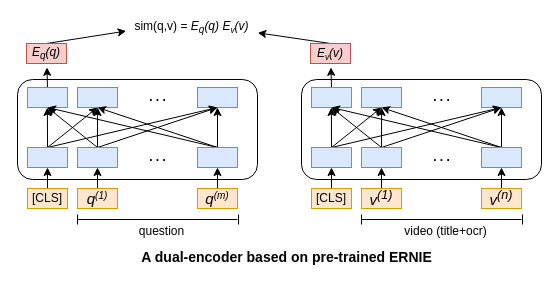
Earlier version of the draw.io diagram data/dual-encoder.drawio (05hBoolShow/testgit). Source tidied: cells renumbered, new cells numbered last; positions are measured from the earlier drawing's top-left corner, leaving out a move shared by most shapes. Both pictures are drawn from the tidied source at 100%, with x=0, y=0 at pixel (17, 17).
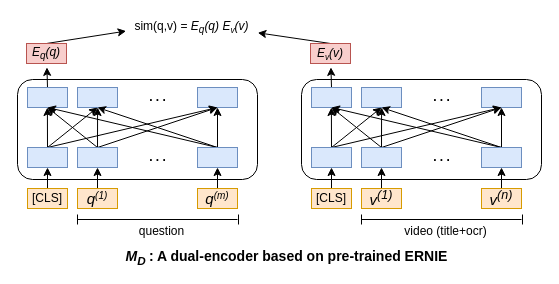
The same page after the edit.

What changed in the source:
```diff
@@
-    <mxCell id="65" value="&lt;b&gt;&lt;font style=&quot;font-size: 14px&quot;&gt;A dual-encoder based on pre-trained ERNIE&lt;/font&gt;&lt;/b&gt;" style="text;html=1;align=center;verticalAlign=middle;strokeColor=none;" parent="1" vertex="1">
-      <mxGeometry x="114" y="230" width="310" height="20" as="geometry" />
+    <mxCell id="65" value="&lt;b&gt;&lt;font&gt;&lt;span style=&quot;font-size: 14px&quot;&gt;&lt;i&gt;M&lt;/i&gt;&lt;sub&gt;&lt;i&gt;D&lt;/i&gt;&amp;nbsp;&lt;/sub&gt;: A dual-encoder based on pre-trained ERNIE&lt;/span&gt;&lt;/font&gt;&lt;/b&gt;" style="text;html=1;align=center;verticalAlign=middle;strokeColor=none;" parent="1" vertex="1">
+      <mxGeometry x="99" y="230" width="340" height="20" as="geometry" />
     </mxCell>
```
